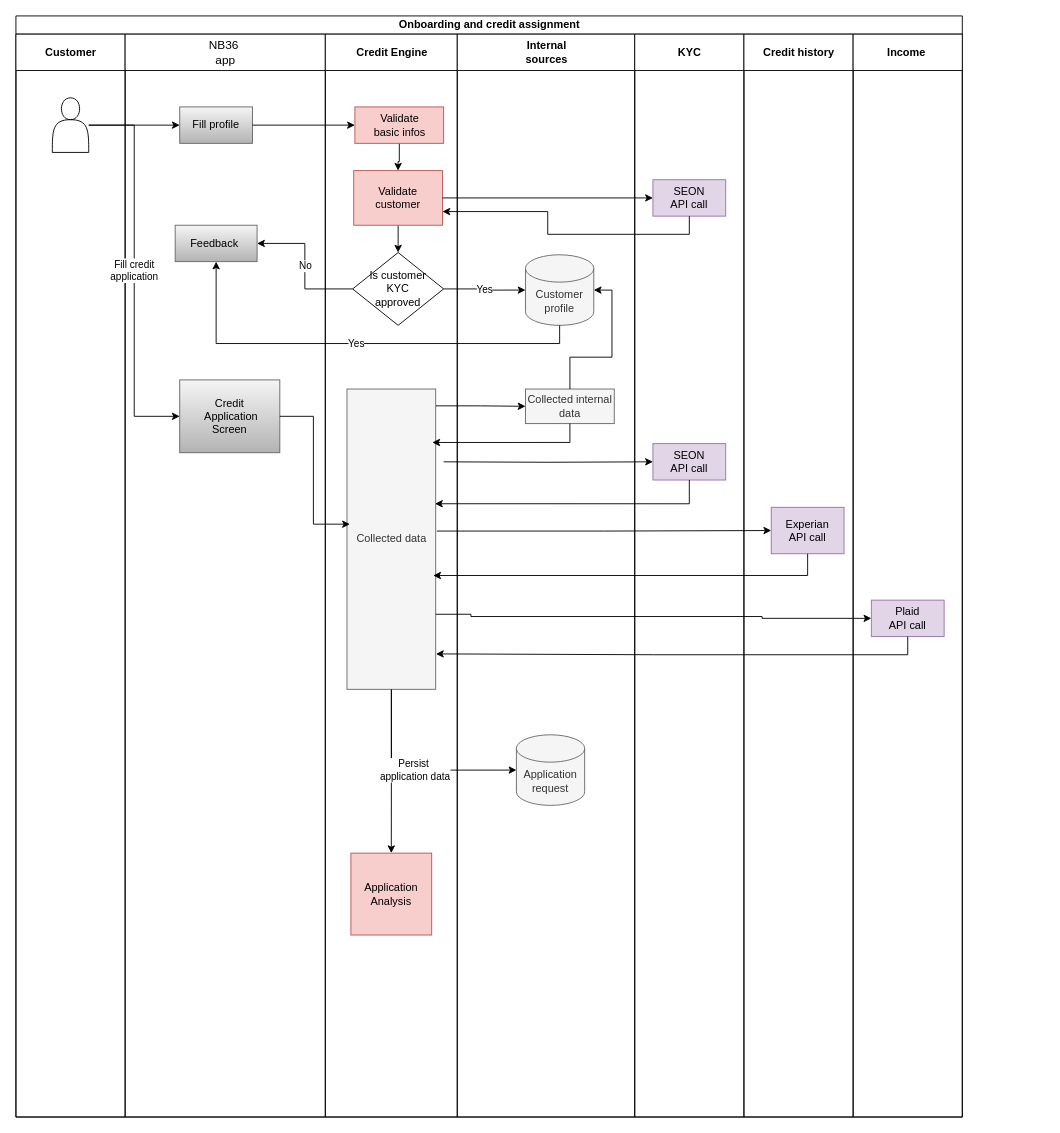
Before: Level 1.drawio in jeleandro/creditflow, a draw.io diagram. Source tidied: cells renumbered, new cells numbered last; positions are measured from the earlier drawing's top-left corner, leaving out a move shared by most shapes. Both pictures are drawn from the tidied source at 91%, with x=0, y=0 at pixel (15, 15).
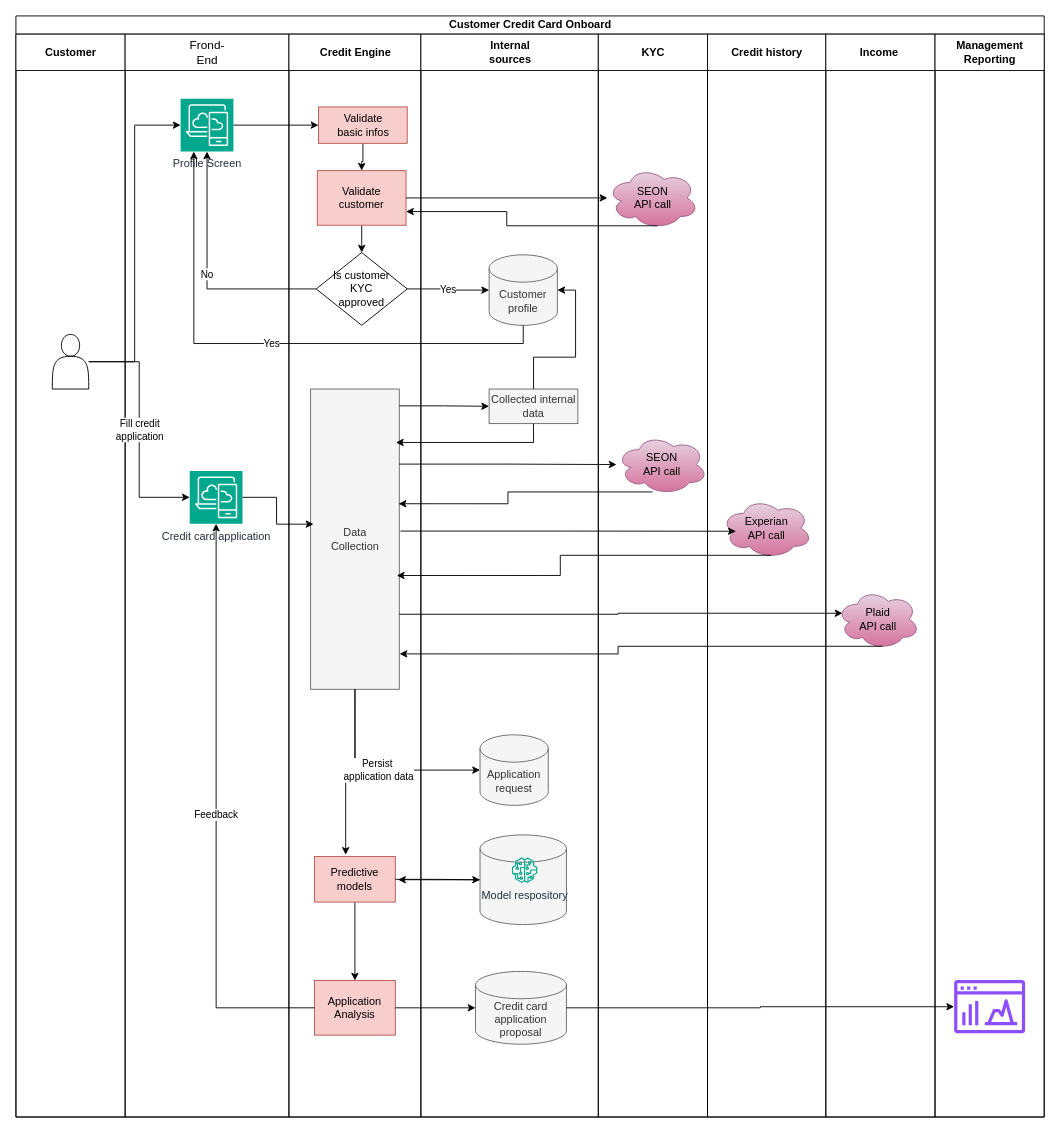
The same page after the edit.

The change refers to these unchanged cells:
```xml
<mxCell id="3" value="Customer" style="swimlane;startSize=40;html=1;" parent="2" vertex="1">
  <mxGeometry y="20" width="120" height="1190" as="geometry" />
</mxCell>
<mxCell id="11" value="Validate&lt;br&gt;basic infos" style="rounded=0;whiteSpace=wrap;html=1;fillColor=#f8cecc;strokeColor=#b85450;" parent="9" vertex="1">
  <mxGeometry x="32.5" y="80" width="97.5" height="40" as="geometry" />
</mxCell>
<mxCell id="13" value="Validate&lt;br&gt;customer" style="rounded=0;whiteSpace=wrap;html=1;fillColor=#f8cecc;strokeColor=#b85450;" parent="9" vertex="1">
  <mxGeometry x="31.2" y="150" width="97.5" height="60" as="geometry" />
</mxCell>
<mxCell id="14" value="Is customer&lt;br&gt;KYC &lt;br&gt;approved" style="rhombus;whiteSpace=wrap;html=1;" parent="9" vertex="1">
  <mxGeometry x="30" y="240" width="100" height="80" as="geometry" />
</mxCell>
<mxCell id="19" value="Customer profile" style="shape=cylinder3;whiteSpace=wrap;html=1;boundedLbl=1;backgroundOutline=1;size=15;fillColor=#f5f5f5;fontColor=#333333;strokeColor=#666666;" parent="18" vertex="1">
  <mxGeometry x="75" y="242.5" width="75" height="77.5" as="geometry" />
</mxCell>
```

Diff of the diagram source:
```diff
@@
-    <mxCell id="2" value="Onboarding and credit assignment" style="swimlane;startSize=20;html=1;" parent="1" vertex="1">
-      <mxGeometry width="1040" height="1210" as="geometry" />
+    <mxCell id="2" value="Customer Credit Card Onboard" style="swimlane;startSize=20;html=1;" parent="1" vertex="1">
+      <mxGeometry width="1130" height="1210" as="geometry" />
     </mxCell>
@@
     <mxCell id="4" style="shape=actor;whiteSpace=wrap;html=1;" parent="3" vertex="1">
-      <mxGeometry x="40" y="70" width="40" height="60" as="geometry" />
+      <mxGeometry x="40" y="330" width="40" height="60" as="geometry" />
     </mxCell>
-    <mxCell id="5" value="&lt;span style=&quot;font-family: Arial, Helvetica, sans-serif; font-size: small; font-weight: 400; text-align: start; text-wrap-mode: wrap; background-color: rgb(255, 255, 255);&quot;&gt;NB36&amp;nbsp; app&lt;/span&gt;" style="swimlane;startSize=40;html=1;" parent="2" vertex="1">
-      <mxGeometry x="120" y="20" width="220" height="1190" as="geometry" />
+    <mxCell id="5" value="&lt;span style=&quot;font-family: Arial, Helvetica, sans-serif; font-size: small; font-weight: 400; text-align: start; text-wrap-mode: wrap; background-color: rgb(255, 255, 255);&quot;&gt;Frond-End&lt;/span&gt;" style="swimlane;startSize=40;html=1;" parent="2" vertex="1">
+      <mxGeometry x="120" y="20" width="180" height="1190" as="geometry" />
     </mxCell>
-    <mxCell id="6" value="Fill profile" style="rounded=0;whiteSpace=wrap;html=1;fillColor=#f5f5f5;gradientColor=#b3b3b3;strokeColor=#666666;" parent="5" vertex="1">
-      <mxGeometry x="60" y="80" width="80" height="40" as="geometry" />
-    </mxCell>
-    <mxCell id="7" value="Feedback&amp;nbsp;" style="rounded=0;whiteSpace=wrap;html=1;fillColor=#f5f5f5;gradientColor=#b3b3b3;strokeColor=#666666;" parent="5" vertex="1">
-      <mxGeometry x="55" y="210" width="90" height="40" as="geometry" />
-    </mxCell>
-    <mxCell id="8" value="Credit&lt;br&gt;&amp;nbsp;Application&lt;br&gt;Screen" style="rounded=0;whiteSpace=wrap;html=1;fillColor=#f5f5f5;gradientColor=#b3b3b3;strokeColor=#666666;" parent="5" vertex="1">
-      <mxGeometry x="60" y="380" width="110" height="80" as="geometry" />
-    </mxCell>
+    <mxCell id="48" value="Profile Screen" style="sketch=0;points=[[0,0,0],[0.25,0,0],[0.5,0,0],[0.75,0,0],[1,0,0],[0,1,0],[0.25,1,0],[0.5,1,0],[0.75,1,0],[1,1,0],[0,0.25,0],[0,0.5,0],[0,0.75,0],[1,0.25,0],[1,0.5,0],[1,0.75,0]];outlineConnect=0;fontColor=#232F3E;fillColor=#01A88D;strokeColor=#ffffff;dashed=0;verticalLabelPosition=bottom;verticalAlign=top;align=center;html=1;fontSize=12;fontStyle=0;shape=mxgraph.aws4.resourceIcon;resIcon=mxgraph.aws4.desktop_and_app_streaming;" parent="5" vertex="1">
+      <mxGeometry x="61" y="71" width="58" height="58" as="geometry" />
+    </mxCell>
+    <mxCell id="49" value="Credit card application" style="sketch=0;points=[[0,0,0],[0.25,0,0],[0.5,0,0],[0.75,0,0],[1,0,0],[0,1,0],[0.25,1,0],[0.5,1,0],[0.75,1,0],[1,1,0],[0,0.25,0],[0,0.5,0],[0,0.75,0],[1,0.25,0],[1,0.5,0],[1,0.75,0]];outlineConnect=0;fontColor=#232F3E;fillColor=#01A88D;strokeColor=#ffffff;dashed=0;verticalLabelPosition=bottom;verticalAlign=top;align=center;html=1;fontSize=12;fontStyle=0;shape=mxgraph.aws4.resourceIcon;resIcon=mxgraph.aws4.desktop_and_app_streaming;" parent="5" vertex="1">
+      <mxGeometry x="71" y="480" width="58" height="58" as="geometry" />
+    </mxCell>
     <mxCell id="9" value="Credit Engine" style="swimlane;startSize=40;html=1;" parent="2" vertex="1">
-      <mxGeometry x="340" y="20" width="145" height="1190" as="geometry" />
+      <mxGeometry x="300" y="20" width="145" height="1190" as="geometry" />
     </mxCell>
@@
-    <mxCell id="15" style="edgeStyle=orthogonalEdgeStyle;rounded=0;jettySize=auto;html=1;" parent="9" edge="1" source="16" target="17">
-      <mxGeometry relative="1" as="geometry" />
-    </mxCell>
-    <mxCell id="16" value="Collected data" style="rounded=0;whiteSpace=wrap;html=1;fillColor=#f5f5f5;fontColor=#333333;strokeColor=#666666;" parent="9" vertex="1">
+    <mxCell id="16" value="Data&lt;br&gt;Collection" style="rounded=0;whiteSpace=wrap;html=1;fillColor=#f5f5f5;fontColor=#333333;strokeColor=#666666;" parent="9" vertex="1">
       <mxGeometry x="23.8" y="390" width="97.5" height="330" as="geometry" />
     </mxCell>
     <mxCell id="17" value="Application&lt;br&gt;Analysis" style="rounded=0;whiteSpace=wrap;html=1;fillColor=#f8cecc;strokeColor=#b85450;" parent="9" vertex="1">
-      <mxGeometry x="28.1" y="900" width="88.8" height="90" as="geometry" />
+      <mxGeometry x="28.1" y="1040" width="88.8" height="60" as="geometry" />
     </mxCell>
+    <mxCell id="50" style="edgeStyle=orthogonalEdgeStyle;rounded=0;jettySize=auto;html=1;" parent="9" edge="1" source="51" target="17">
+      <mxGeometry relative="1" as="geometry" />
+    </mxCell>
+    <mxCell id="51" value="Predictive models" style="rounded=0;whiteSpace=wrap;html=1;fillColor=#f8cecc;strokeColor=#b85450;" parent="9" vertex="1">
+      <mxGeometry x="28.1" y="903.8" width="88.8" height="50" as="geometry" />
+    </mxCell>
+    <mxCell id="15" style="edgeStyle=orthogonalEdgeStyle;rounded=0;jettySize=auto;html=1;entryX=0.386;entryY=-0.039;entryDx=0;entryDy=0;entryPerimeter=0;" parent="9" edge="1" source="16" target="51">
+      <mxGeometry relative="1" as="geometry" />
+    </mxCell>
     <mxCell id="18" value="Internal &lt;br&gt;sources" style="swimlane;startSize=40;html=1;" parent="2" vertex="1">
-      <mxGeometry x="485" y="20" width="195" height="1190" as="geometry" />
+      <mxGeometry x="445" y="20" width="195" height="1190" as="geometry" />
     </mxCell>
@@
+    <mxCell id="52" style="edgeStyle=orthogonalEdgeStyle;rounded=0;jettySize=auto;html=1;" parent="18" edge="1" source="53">
+      <mxGeometry relative="1" as="geometry">
+        <mxPoint x="-25" y="929.2" as="targetPoint" />
+      </mxGeometry>
+    </mxCell>
+    <mxCell id="53" style="shape=cylinder3;whiteSpace=wrap;html=1;boundedLbl=1;backgroundOutline=1;size=15;fillColor=#f5f5f5;fontColor=#333333;strokeColor=#666666;" parent="18" vertex="1">
+      <mxGeometry x="65" y="880" width="95" height="98.5" as="geometry" />
+    </mxCell>
+    <mxCell id="54" value="Credit card&lt;br&gt;application proposal" style="shape=cylinder3;whiteSpace=wrap;html=1;boundedLbl=1;backgroundOutline=1;size=15;fillColor=#f5f5f5;fontColor=#333333;strokeColor=#666666;" parent="18" vertex="1">
+      <mxGeometry x="60" y="1030" width="100" height="80" as="geometry" />
+    </mxCell>
+    <mxCell id="55" value="Model respository" style="sketch=0;fontColor=#232F3E;gradientColor=none;fillColor=#01A88D;strokeColor=none;dashed=0;verticalLabelPosition=bottom;verticalAlign=top;align=center;html=1;fontSize=12;fontStyle=0;shape=mxgraph.aws4.sagemaker_model;" parent="18" vertex="1">
+      <mxGeometry x="100" y="904.8" width="28" height="28" as="geometry" />
+    </mxCell>
     <mxCell id="23" value="KYC" style="swimlane;startSize=40;html=1;" parent="2" vertex="1">
-      <mxGeometry x="680" y="20" width="120" height="1190" as="geometry" />
+      <mxGeometry x="640" y="20" width="120" height="1190" as="geometry" />
     </mxCell>
-    <mxCell id="24" value="SEON&lt;br&gt;API call" style="rounded=0;whiteSpace=wrap;html=1;fillColor=#e1d5e7;strokeColor=#9673a6;" parent="23" vertex="1">
-      <mxGeometry x="20" y="160" width="80" height="40" as="geometry" />
-    </mxCell>
-    <mxCell id="25" value="SEON&lt;br&gt;API call" style="rounded=0;whiteSpace=wrap;html=1;fillColor=#e1d5e7;strokeColor=#9673a6;" parent="23" vertex="1">
-      <mxGeometry x="20" y="450" width="80" height="40" as="geometry" />
-    </mxCell>
+    <mxCell id="56" value="SEON&lt;br&gt;API call" style="ellipse;shape=cloud;whiteSpace=wrap;html=1;fillColor=#e6d0de;gradientColor=#d5739d;strokeColor=#996185;" parent="23" vertex="1">
+      <mxGeometry x="10" y="146" width="100" height="68" as="geometry" />
+    </mxCell>
+    <mxCell id="57" value="SEON&lt;br&gt;API call" style="ellipse;shape=cloud;whiteSpace=wrap;html=1;fillColor=#e6d0de;gradientColor=#d5739d;strokeColor=#996185;" parent="23" vertex="1">
+      <mxGeometry x="20" y="440" width="100" height="66" as="geometry" />
+    </mxCell>
     <mxCell id="26" value="Credit history" style="swimlane;startSize=40;html=1;" parent="2" vertex="1">
-      <mxGeometry x="800" y="20" width="120" height="1190" as="geometry" />
+      <mxGeometry x="760" y="20" width="130" height="1190" as="geometry" />
     </mxCell>
-    <mxCell id="27" value="Experian&lt;br&gt;API call" style="rounded=0;whiteSpace=wrap;html=1;fillColor=#e1d5e7;strokeColor=#9673a6;" parent="26" vertex="1">
-      <mxGeometry x="30" y="520" width="80" height="51" as="geometry" />
+    <mxCell id="27" value="Experian&lt;br&gt;API call" style="ellipse;shape=cloud;whiteSpace=wrap;html=1;fillColor=#e6d0de;gradientColor=#d5739d;strokeColor=#996185;" parent="26" vertex="1">
+      <mxGeometry x="15" y="510" width="100" height="66" as="geometry" />
     </mxCell>
     <mxCell id="28" value="Income&amp;nbsp;" style="swimlane;startSize=40;html=1;" parent="2" vertex="1">
-      <mxGeometry x="920" y="20" width="120" height="1190" as="geometry" />
+      <mxGeometry x="890" y="20" width="120" height="1190" as="geometry" />
     </mxCell>
-    <mxCell id="29" value="Plaid&lt;br&gt;API call" style="rounded=0;whiteSpace=wrap;html=1;fillColor=#e1d5e7;strokeColor=#9673a6;" parent="28" vertex="1">
-      <mxGeometry x="20" y="622" width="80" height="40" as="geometry" />
+    <mxCell id="29" value="Plaid&lt;br&gt;API call" style="ellipse;shape=cloud;whiteSpace=wrap;html=1;fillColor=#e6d0de;gradientColor=#d5739d;strokeColor=#996185;" parent="28" vertex="1">
+      <mxGeometry x="12" y="610" width="91" height="66" as="geometry" />
     </mxCell>
+    <mxCell id="58" value="Management&lt;br&gt;Reporting" style="swimlane;startSize=40;html=1;" parent="2" vertex="1">
+      <mxGeometry x="1010" y="20" width="120" height="1190" as="geometry" />
+    </mxCell>
+    <mxCell id="59" style="sketch=0;outlineConnect=0;fontColor=#232F3E;gradientColor=none;fillColor=#8C4FFF;strokeColor=none;dashed=0;verticalLabelPosition=bottom;verticalAlign=top;align=center;html=1;fontSize=12;fontStyle=0;shape=mxgraph.aws4.opensearch_dashboards;" parent="58" vertex="1">
+      <mxGeometry x="21" y="1039.2" width="78" height="59" as="geometry" />
+    </mxCell>
-    <mxCell id="30" style="edgeStyle=orthogonalEdgeStyle;rounded=0;jettySize=auto;html=1;entryX=0;entryY=0.5;entryDx=0;entryDy=0;" parent="2" edge="1" source="6" target="11">
+    <mxCell id="30" style="edgeStyle=orthogonalEdgeStyle;rounded=0;jettySize=auto;html=1;entryX=0;entryY=0.5;entryDx=0;entryDy=0;" parent="2" edge="1" source="48" target="11">
       <mxGeometry relative="1" as="geometry" />
     </mxCell>
-    <mxCell id="31" style="edgeStyle=orthogonalEdgeStyle;rounded=0;jettySize=auto;html=1;entryX=0;entryY=0.5;entryDx=0;entryDy=0;" parent="2" edge="1" source="4" target="6">
+    <mxCell id="31" style="edgeStyle=orthogonalEdgeStyle;rounded=0;jettySize=auto;html=1;entryX=0;entryY=0.5;entryDx=0;entryDy=0;entryPerimeter=0;" parent="2" edge="1" source="4" target="48">
       <mxGeometry relative="1" as="geometry" />
     </mxCell>
-    <mxCell id="32" style="edgeStyle=orthogonalEdgeStyle;rounded=0;jettySize=auto;html=1;entryX=1;entryY=0.75;entryDx=0;entryDy=0;exitX=0.5;exitY=1;exitDx=0;exitDy=0;" parent="2" edge="1" source="24" target="13">
+    <mxCell id="32" style="edgeStyle=orthogonalEdgeStyle;rounded=0;jettySize=auto;html=1;entryX=1;entryY=0.75;entryDx=0;entryDy=0;exitX=0.55;exitY=0.95;exitDx=0;exitDy=0;exitPerimeter=0;" parent="2" edge="1" source="56" target="13">
       <mxGeometry relative="1" as="geometry" />
     </mxCell>
@@
-    <mxCell id="34" style="edgeStyle=orthogonalEdgeStyle;rounded=0;jettySize=auto;html=1;" parent="2" edge="1" source="13" target="24">
+    <mxCell id="34" style="edgeStyle=orthogonalEdgeStyle;rounded=0;jettySize=auto;html=1;" parent="2" edge="1" source="13" target="56">
       <mxGeometry relative="1" as="geometry" />
     </mxCell>
-    <mxCell id="35" value="No" style="edgeStyle=orthogonalEdgeStyle;rounded=0;jettySize=auto;html=1;entryX=1;entryY=0.5;entryDx=0;entryDy=0;" parent="2" edge="1" source="14" target="7">
+    <mxCell id="35" value="No" style="edgeStyle=orthogonalEdgeStyle;rounded=0;jettySize=auto;html=1;" parent="2" edge="1" source="14" target="48">
       <mxGeometry relative="1" as="geometry" />
     </mxCell>
-    <mxCell id="36" value="Yes" style="edgeStyle=orthogonalEdgeStyle;rounded=0;jettySize=auto;html=1;exitX=0.5;exitY=1;exitDx=0;exitDy=0;exitPerimeter=0;entryX=0.5;entryY=1;entryDx=0;entryDy=0;" parent="2" edge="1" source="19" target="7">
+    <mxCell id="36" value="Yes" style="edgeStyle=orthogonalEdgeStyle;rounded=0;jettySize=auto;html=1;exitX=0.5;exitY=1;exitDx=0;exitDy=0;exitPerimeter=0;entryX=0.25;entryY=1;entryDx=0;entryDy=0;entryPerimeter=0;" parent="2" edge="1" source="19" target="48">
       <mxGeometry relative="1" as="geometry" />
     </mxCell>
-    <mxCell id="37" value="Fill credit&lt;br&gt;application" style="edgeStyle=orthogonalEdgeStyle;rounded=0;jettySize=auto;html=1;entryX=0;entryY=0.5;entryDx=0;entryDy=0;" parent="2" edge="1" source="4" target="8">
+    <mxCell id="37" value="Fill credit&lt;br&gt;application" style="edgeStyle=orthogonalEdgeStyle;rounded=0;jettySize=auto;html=1;entryX=0;entryY=0.5;entryDx=0;entryDy=0;entryPerimeter=0;" parent="2" edge="1" source="4" target="49">
       <mxGeometry relative="1" as="geometry" />
     </mxCell>
-    <mxCell id="38" style="edgeStyle=orthogonalEdgeStyle;rounded=0;jettySize=auto;html=1;entryX=0.033;entryY=0.45;entryDx=0;entryDy=0;entryPerimeter=0;" parent="2" edge="1" source="8" target="16">
+    <mxCell id="38" style="edgeStyle=orthogonalEdgeStyle;rounded=0;jettySize=auto;html=1;entryX=0.033;entryY=0.45;entryDx=0;entryDy=0;entryPerimeter=0;exitX=1;exitY=0.5;exitDx=0;exitDy=0;exitPerimeter=0;" parent="2" edge="1" source="49" target="16">
       <mxGeometry relative="1" as="geometry" />
     </mxCell>
-    <mxCell id="39" style="edgeStyle=orthogonalEdgeStyle;rounded=0;jettySize=auto;html=1;" parent="2" edge="1" target="25">
-      <mxGeometry relative="1" as="geometry">
-        <mxPoint x="470" y="490" as="sourcePoint" />
-      </mxGeometry>
+    <mxCell id="39" style="edgeStyle=orthogonalEdgeStyle;rounded=0;jettySize=auto;html=1;exitX=1;exitY=0.25;exitDx=0;exitDy=0;" parent="2" edge="1" source="16" target="57">
+      <mxGeometry relative="1" as="geometry" />
     </mxCell>
-    <mxCell id="40" style="edgeStyle=orthogonalEdgeStyle;rounded=0;jettySize=auto;html=1;exitX=0.5;exitY=1;exitDx=0;exitDy=0;entryX=0.992;entryY=0.382;entryDx=0;entryDy=0;entryPerimeter=0;" parent="2" edge="1" source="25" target="16">
+    <mxCell id="40" style="edgeStyle=orthogonalEdgeStyle;rounded=0;jettySize=auto;html=1;exitX=0.395;exitY=0.956;exitDx=0;exitDy=0;entryX=0.992;entryY=0.382;entryDx=0;entryDy=0;entryPerimeter=0;exitPerimeter=0;" parent="2" edge="1" source="57" target="16">
       <mxGeometry relative="1" as="geometry" />
     </mxCell>
-    <mxCell id="41" style="edgeStyle=orthogonalEdgeStyle;rounded=0;jettySize=auto;html=1;entryX=0.972;entryY=0.621;entryDx=0;entryDy=0;entryPerimeter=0;exitX=0.5;exitY=1;exitDx=0;exitDy=0;" parent="2" edge="1" source="27" target="16">
+    <mxCell id="41" style="edgeStyle=orthogonalEdgeStyle;rounded=0;jettySize=auto;html=1;entryX=0.972;entryY=0.621;entryDx=0;entryDy=0;entryPerimeter=0;exitX=0.55;exitY=0.95;exitDx=0;exitDy=0;exitPerimeter=0;" parent="2" edge="1" source="27" target="16">
       <mxGeometry relative="1" as="geometry" />
     </mxCell>
-    <mxCell id="42" style="edgeStyle=orthogonalEdgeStyle;rounded=0;jettySize=auto;html=1;entryX=0;entryY=0.5;entryDx=0;entryDy=0;exitX=1.013;exitY=0.473;exitDx=0;exitDy=0;exitPerimeter=0;" parent="2" edge="1" source="16" target="27">
+    <mxCell id="42" style="edgeStyle=orthogonalEdgeStyle;rounded=0;jettySize=auto;html=1;entryX=0.16;entryY=0.55;entryDx=0;entryDy=0;exitX=1.013;exitY=0.473;exitDx=0;exitDy=0;exitPerimeter=0;entryPerimeter=0;" parent="2" edge="1" source="16" target="27">
       <mxGeometry relative="1" as="geometry" />
     </mxCell>
@@
-    <mxCell id="45" style="edgeStyle=orthogonalEdgeStyle;rounded=0;jettySize=auto;html=1;entryX=0;entryY=0.5;entryDx=0;entryDy=0;exitX=1;exitY=0.75;exitDx=0;exitDy=0;" parent="2" edge="1" source="16" target="29">
-      <mxGeometry relative="1" as="geometry">
-        <Array as="points">
-          <mxPoint x="500" y="658" />
-          <mxPoint x="500" y="660" />
-          <mxPoint x="820" y="660" />
-          <mxPoint x="820" y="662" />
-        </Array>
-      </mxGeometry>
-    </mxCell>
-    <mxCell id="46" style="edgeStyle=orthogonalEdgeStyle;rounded=0;jettySize=auto;html=1;entryX=1.003;entryY=0.882;entryDx=0;entryDy=0;entryPerimeter=0;exitX=0.5;exitY=1;exitDx=0;exitDy=0;" parent="2" edge="1" source="29" target="16">
+    <mxCell id="46" style="edgeStyle=orthogonalEdgeStyle;rounded=0;jettySize=auto;html=1;entryX=1.003;entryY=0.882;entryDx=0;entryDy=0;entryPerimeter=0;exitX=0.55;exitY=0.95;exitDx=0;exitDy=0;exitPerimeter=0;" parent="2" edge="1" source="29" target="16">
       <mxGeometry relative="1" as="geometry" />
     </mxCell>
@@
+    <mxCell id="7" value="Feedback" style="edgeStyle=orthogonalEdgeStyle;rounded=0;jettySize=auto;html=1;entryX=0.5;entryY=1;entryDx=0;entryDy=0;entryPerimeter=0;" parent="2" edge="1" source="17" target="49">
+      <mxGeometry relative="1" as="geometry" />
+    </mxCell>
+    <mxCell id="60" style="edgeStyle=orthogonalEdgeStyle;rounded=0;jettySize=auto;html=1;" parent="2" edge="1" source="51" target="53">
+      <mxGeometry relative="1" as="geometry" />
+    </mxCell>
+    <mxCell id="61" style="edgeStyle=orthogonalEdgeStyle;rounded=0;jettySize=auto;html=1;entryX=0;entryY=0.5;entryDx=0;entryDy=0;entryPerimeter=0;" parent="2" edge="1" source="17" target="54">
+      <mxGeometry relative="1" as="geometry" />
+    </mxCell>
+    <mxCell id="62" style="edgeStyle=orthogonalEdgeStyle;rounded=0;jettySize=auto;html=1;" parent="2" edge="1" source="54" target="59">
+      <mxGeometry relative="1" as="geometry" />
+    </mxCell>
+    <mxCell id="45" style="edgeStyle=orthogonalEdgeStyle;rounded=0;jettySize=auto;html=1;exitX=1;exitY=0.75;exitDx=0;exitDy=0;entryX=0.07;entryY=0.4;entryDx=0;entryDy=0;entryPerimeter=0;" parent="2" edge="1" source="16" target="29">
+      <mxGeometry relative="1" as="geometry" />
+    </mxCell>
```
